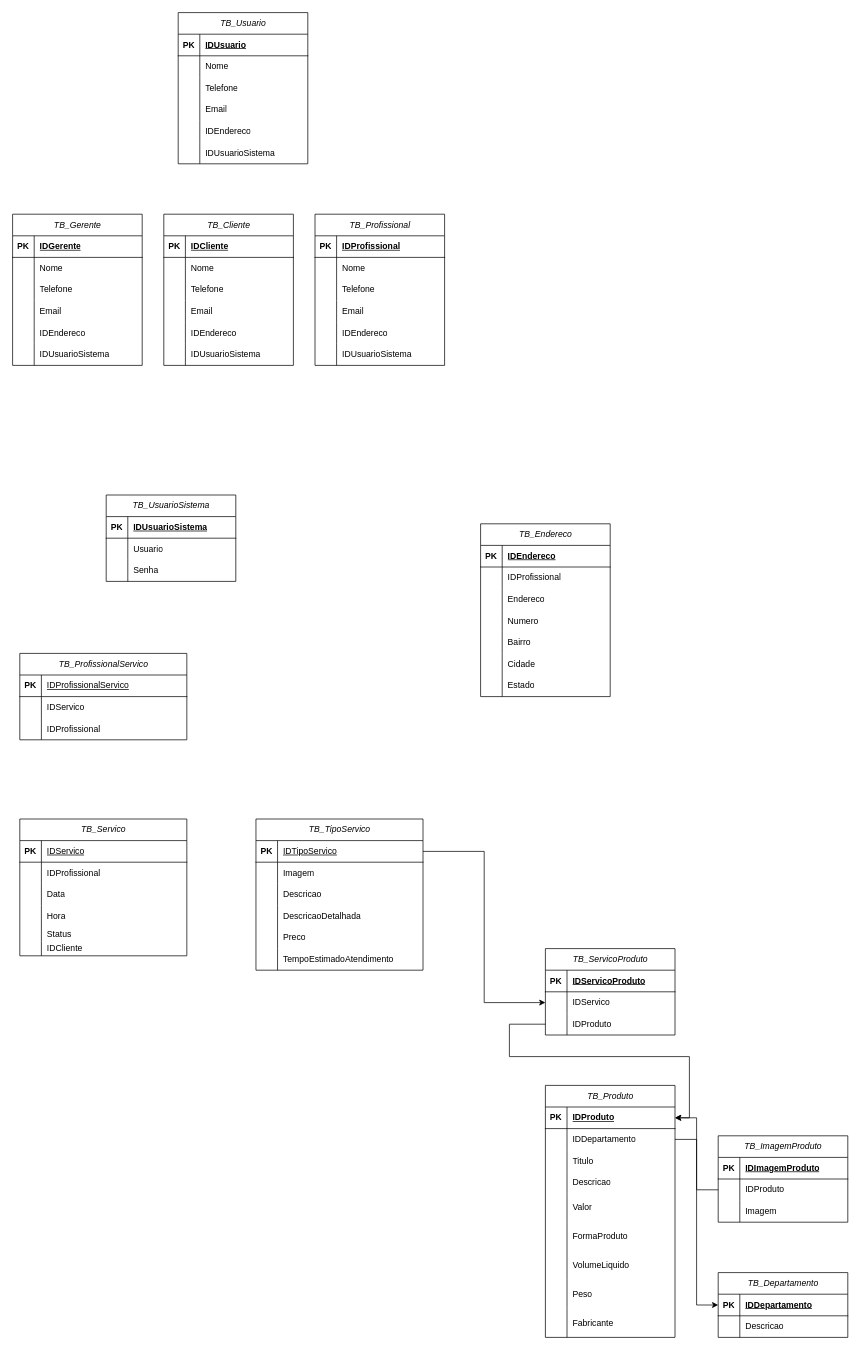
Before: Diagrama_App_Sobrancelha.drawio in mpgwave/app-sobrancelhas, a draw.io diagram. Source tidied: cells renumbered, new cells numbered last; positions are measured from the earlier drawing's top-left corner, leaving out a move shared by most shapes. Both pictures are drawn from the tidied source at 72%, with x=0, y=0 at pixel (12, 12).
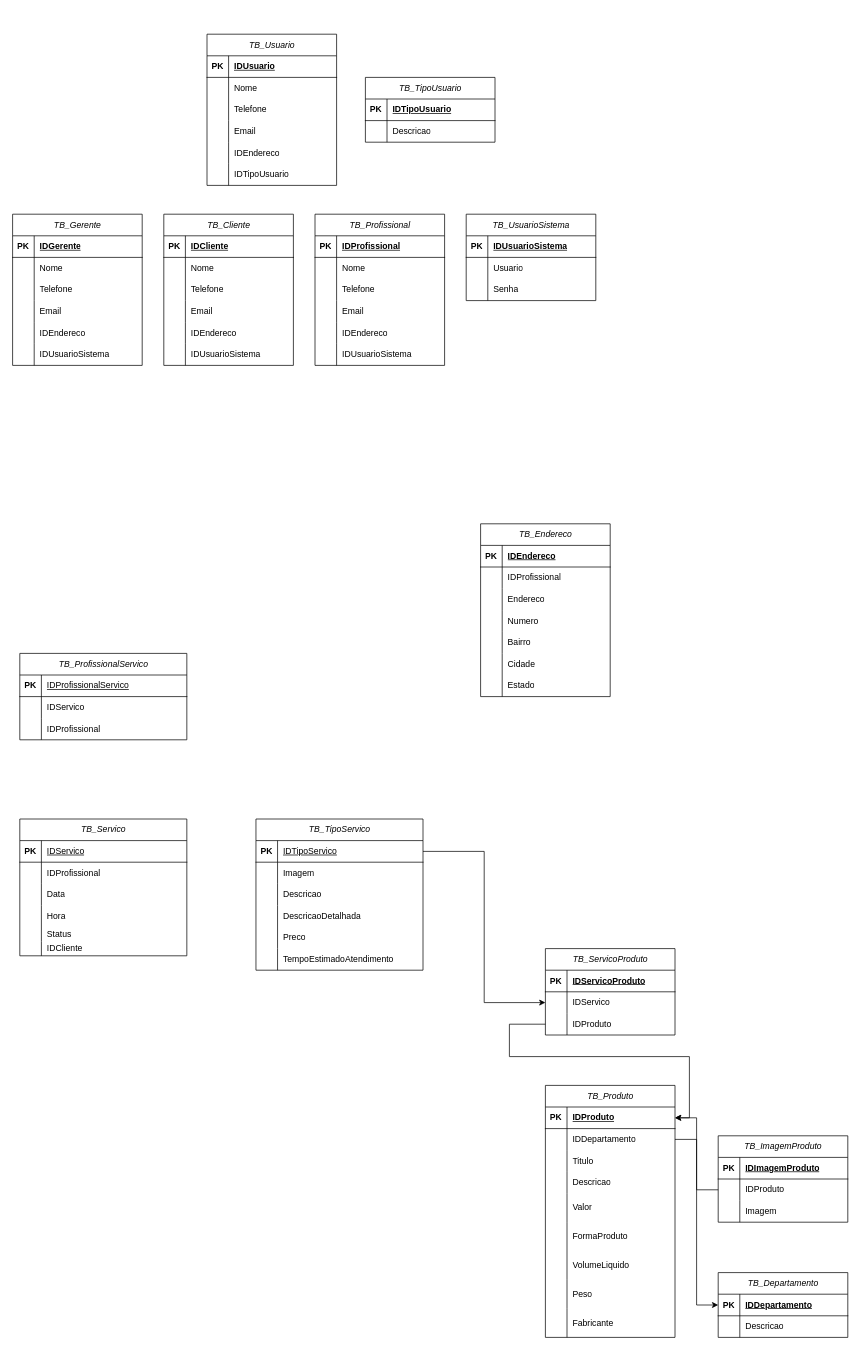
Above is the later version.

Unchanged cells that the change refers to:
```xml
<mxCell id="214" style="shape=tableRow;horizontal=0;startSize=0;swimlaneHead=0;swimlaneBody=0;fillColor=none;top=0;left=0;right=0;bottom=0;" parent="198" vertex="1">
  <mxGeometry y="180" width="180" height="30" as="geometry" />
</mxCell>
```

The edit, as a diff of the source:
```diff
@@
     <mxCell id="169" value="&lt;span style=&quot;font-style: italic; font-weight: 400;&quot;&gt;TB_UsuarioSistema&lt;/span&gt;" style="shape=table;startSize=30;childLayout=tableLayout;rowLines=0;fontStyle=1;align=center;html=1;" parent="1" vertex="1">
-      <mxGeometry x="130" y="670" width="180" height="120" as="geometry" />
+      <mxGeometry x="630" y="280" width="180" height="120" as="geometry" />
     </mxCell>
@@
     <mxCell id="198" value="&lt;span style=&quot;font-style: italic; font-weight: 400;&quot;&gt;TB_Usuario&lt;/span&gt;" style="shape=table;startSize=30;childLayout=tableLayout;rowLines=0;fontStyle=1;align=center;html=1;" parent="1" vertex="1">
-      <mxGeometry x="230" width="180" height="210" as="geometry" />
+      <mxGeometry x="270" y="30" width="180" height="210" as="geometry" />
     </mxCell>
@@
-    <mxCell id="215" style="shape=partialRectangle;fillColor=none;top=0;left=0;bottom=0;right=0;overflow=hidden;whiteSpace=wrap;html=1;" parent="214" vertex="1">
-      <mxGeometry width="30" height="30" as="geometry" />
-    </mxCell>
-    <mxCell id="216" value="IDUsuarioSistema" style="shape=partialRectangle;fillColor=none;top=0;left=0;bottom=0;right=0;align=left;spacingLeft=6;overflow=hidden;whiteSpace=wrap;html=1;" parent="214" vertex="1">
-      <mxGeometry x="30" width="150" height="30" as="geometry" />
-    </mxCell>
+    <mxCell id="217" style="shape=partialRectangle;fillColor=none;top=0;left=0;bottom=0;right=0;overflow=hidden;whiteSpace=wrap;html=1;" parent="214" vertex="1">
+      <mxGeometry width="30" height="30" as="geometry" />
+    </mxCell>
+    <mxCell id="218" value="IDTipoUsuario" style="shape=partialRectangle;fillColor=none;top=0;left=0;bottom=0;right=0;align=left;spacingLeft=6;overflow=hidden;whiteSpace=wrap;html=1;" parent="214" vertex="1">
+      <mxGeometry x="30" width="150" height="30" as="geometry" />
+    </mxCell>
+    <mxCell id="219" value="&lt;span style=&quot;font-style: italic; font-weight: 400;&quot;&gt;TB_TipoUsuario&lt;/span&gt;" style="shape=table;startSize=30;childLayout=tableLayout;rowLines=0;fontStyle=1;align=center;html=1;" parent="1" vertex="1">
+      <mxGeometry x="490" y="90" width="180" height="90" as="geometry" />
+    </mxCell>
+    <mxCell id="220" style="shape=tableRow;horizontal=0;startSize=0;swimlaneHead=0;swimlaneBody=0;fillColor=none;top=0;left=0;right=0;bottom=1;" parent="219" vertex="1">
+      <mxGeometry y="30" width="180" height="30" as="geometry" />
+    </mxCell>
+    <mxCell id="221" value="PK" style="shape=partialRectangle;fillColor=none;top=0;left=0;bottom=0;right=0;fontStyle=1;overflow=hidden;whiteSpace=wrap;html=1;" parent="220" vertex="1">
+      <mxGeometry width="30" height="30" as="geometry" />
+    </mxCell>
+    <mxCell id="222" value="IDTipoUsuario" style="shape=partialRectangle;fillColor=none;top=0;left=0;bottom=0;right=0;align=left;spacingLeft=6;fontStyle=5;overflow=hidden;whiteSpace=wrap;html=1;" parent="220" vertex="1">
+      <mxGeometry x="30" width="150" height="30" as="geometry" />
+    </mxCell>
+    <mxCell id="223" style="shape=tableRow;horizontal=0;startSize=0;swimlaneHead=0;swimlaneBody=0;fillColor=none;top=0;left=0;right=0;bottom=0;" parent="219" vertex="1">
+      <mxGeometry y="60" width="180" height="30" as="geometry" />
+    </mxCell>
+    <mxCell id="224" style="shape=partialRectangle;fillColor=none;top=0;left=0;bottom=0;right=0;overflow=hidden;whiteSpace=wrap;html=1;" parent="223" vertex="1">
+      <mxGeometry width="30" height="30" as="geometry" />
+    </mxCell>
+    <mxCell id="225" value="Descricao" style="shape=partialRectangle;fillColor=none;top=0;left=0;bottom=0;right=0;align=left;spacingLeft=6;overflow=hidden;whiteSpace=wrap;html=1;" parent="223" vertex="1">
+      <mxGeometry x="30" width="150" height="30" as="geometry" />
+    </mxCell>
```
